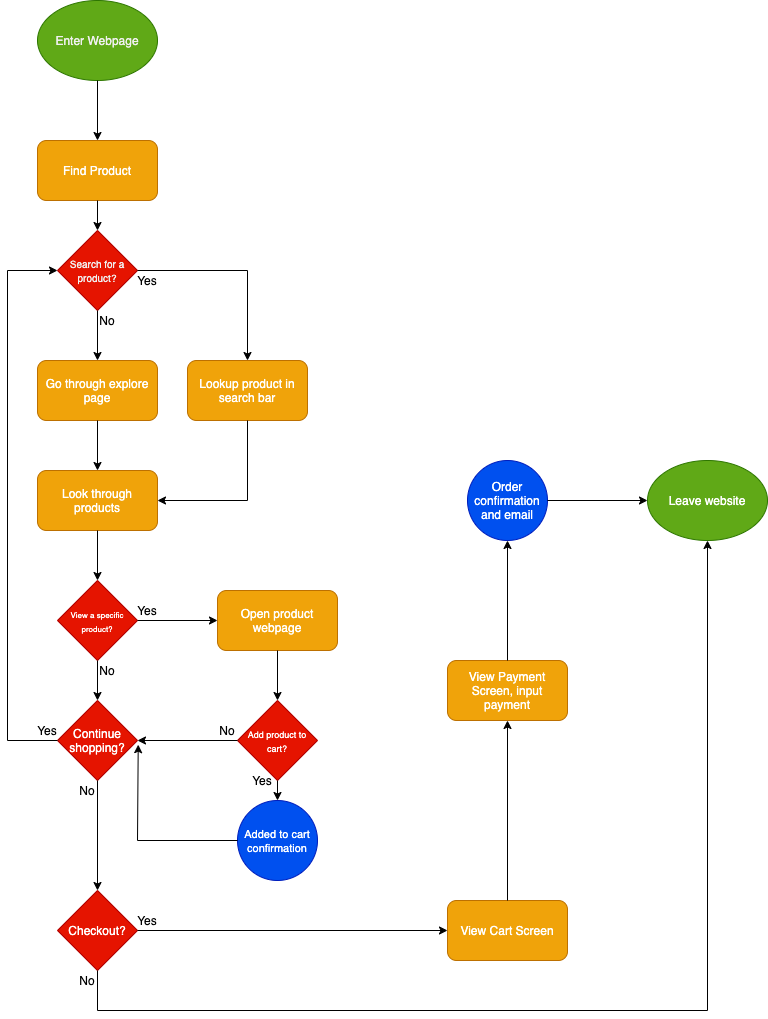
Before: part2/part2.drawio.png, a diagram exported from draw.io (anuragasthana/cse110-lab4). Source tidied: cells renumbered, new cells last; positions are measured from the earlier drawing's top-left corner, leaving out a move shared by most shapes.
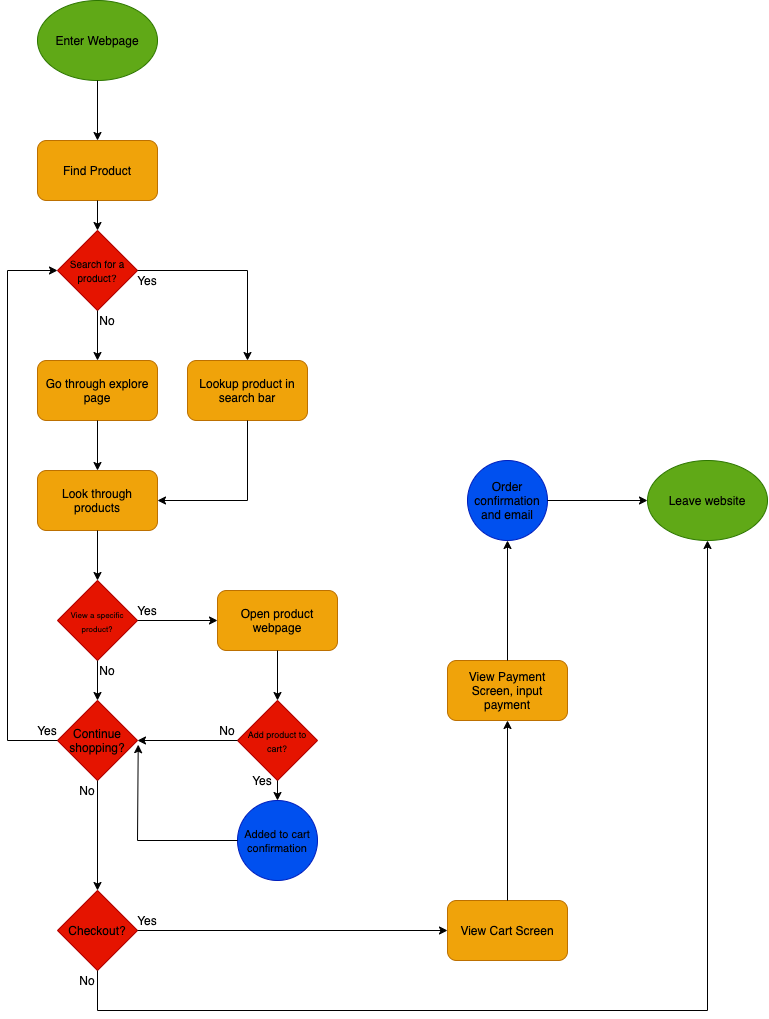
The same file after the commit.

The edit, as a diff of the source:
```diff
@@ -4,30 +4,30 @@
     <mxCell id="1" parent="0" />
-    <mxCell id="2" value="&lt;span style=&quot;color: rgb(240 , 240 , 240)&quot;&gt;Enter Webpage&lt;/span&gt;" style="ellipse;whiteSpace=wrap;html=1;fillColor=#60a917;strokeColor=#2D7600;fontColor=#ffffff;" parent="1" vertex="1">
+    <mxCell id="2" value="&lt;font color=&quot;#000000&quot;&gt;Enter Webpage&lt;/font&gt;" style="ellipse;whiteSpace=wrap;html=1;fillColor=#60a917;strokeColor=#2D7600;fontColor=#ffffff;" parent="1" vertex="1">
       <mxGeometry x="30" width="120" height="80" as="geometry" />
     </mxCell>
-    <mxCell id="3" style="endArrow=classic;html=1;entryX=0.5;entryY=0;entryDx=0;entryDy=0;exitX=0.5;exitY=1;exitDx=0;exitDy=0;" parent="1" edge="1" source="2" target="4">
+    <mxCell id="3" style="endArrow=classic;html=1;entryX=0.5;entryY=0;entryDx=0;entryDy=0;exitX=0.5;exitY=1;exitDx=0;exitDy=0;fontColor=#000000;" parent="1" edge="1" source="2" target="4">
       <mxGeometry relative="1" as="geometry" />
     </mxCell>
-    <mxCell id="4" value="Find Product" style="rounded=1;whiteSpace=wrap;html=1;fillColor=#f0a30a;strokeColor=#BD7000;fontColor=#ffffff;" parent="1" vertex="1">
+    <mxCell id="4" value="Find Product" style="rounded=1;whiteSpace=wrap;html=1;fillColor=#f0a30a;strokeColor=#BD7000;fontColor=#000000;" parent="1" vertex="1">
       <mxGeometry x="30" y="140" width="120" height="60" as="geometry" />
     </mxCell>
-    <mxCell id="5" value="&lt;span style=&quot;color: rgb(240 , 240 , 240) ; font-size: 10px&quot;&gt;Search for a product?&lt;/span&gt;" style="rhombus;whiteSpace=wrap;html=1;fillColor=#e51400;strokeColor=#B20000;fontColor=#ffffff;" parent="1" vertex="1">
+    <mxCell id="5" value="&lt;span style=&quot;font-size: 10px&quot;&gt;Search for a product?&lt;/span&gt;" style="rhombus;whiteSpace=wrap;html=1;fillColor=#e51400;strokeColor=#B20000;fontColor=#000000;" parent="1" vertex="1">
       <mxGeometry x="50" y="230" width="80" height="80" as="geometry" />
     </mxCell>
-    <mxCell id="6" style="endArrow=classic;html=1;exitX=0.5;exitY=1;exitDx=0;exitDy=0;entryX=0.5;entryY=0;entryDx=0;entryDy=0;" parent="1" edge="1" source="4" target="5">
+    <mxCell id="6" style="endArrow=classic;html=1;exitX=0.5;exitY=1;exitDx=0;exitDy=0;entryX=0.5;entryY=0;entryDx=0;entryDy=0;fontColor=#000000;" parent="1" edge="1" source="4" target="5">
       <mxGeometry relative="1" as="geometry" />
     </mxCell>
-    <mxCell id="7" value="Go through explore page" style="rounded=1;whiteSpace=wrap;html=1;fillColor=#f0a30a;strokeColor=#BD7000;fontColor=#ffffff;" parent="1" vertex="1">
+    <mxCell id="7" value="Go through explore page" style="rounded=1;whiteSpace=wrap;html=1;fillColor=#f0a30a;strokeColor=#BD7000;fontColor=#000000;" parent="1" vertex="1">
       <mxGeometry x="30" y="360" width="120" height="60" as="geometry" />
     </mxCell>
-    <mxCell id="8" style="endArrow=classic;html=1;exitX=0.5;exitY=1;exitDx=0;exitDy=0;entryX=0.5;entryY=0;entryDx=0;entryDy=0;" parent="1" edge="1" source="5" target="7">
+    <mxCell id="8" style="endArrow=classic;html=1;exitX=0.5;exitY=1;exitDx=0;exitDy=0;entryX=0.5;entryY=0;entryDx=0;entryDy=0;fontColor=#000000;" parent="1" edge="1" source="5" target="7">
       <mxGeometry relative="1" as="geometry" />
     </mxCell>
-    <mxCell id="9" value="No" style="text;html=1;strokeColor=none;fillColor=none;align=center;verticalAlign=middle;whiteSpace=wrap;rounded=0;" parent="1" vertex="1">
+    <mxCell id="9" value="No" style="text;html=1;strokeColor=none;fillColor=none;align=center;verticalAlign=middle;whiteSpace=wrap;rounded=0;fontColor=#000000;" parent="1" vertex="1">
       <mxGeometry x="80" y="310" width="40" height="20" as="geometry" />
     </mxCell>
-    <mxCell id="10" value="Lookup product in search bar" style="rounded=1;whiteSpace=wrap;html=1;fillColor=#f0a30a;strokeColor=#BD7000;fontColor=#ffffff;" parent="1" vertex="1">
+    <mxCell id="10" value="Lookup product in search bar" style="rounded=1;whiteSpace=wrap;html=1;fillColor=#f0a30a;strokeColor=#BD7000;fontColor=#000000;" parent="1" vertex="1">
       <mxGeometry x="180" y="360" width="120" height="60" as="geometry" />
     </mxCell>
-    <mxCell id="11" style="endArrow=classic;html=1;entryX=0.5;entryY=0;entryDx=0;entryDy=0;" parent="1" edge="1" target="10">
+    <mxCell id="11" style="endArrow=classic;html=1;entryX=0.5;entryY=0;entryDx=0;entryDy=0;fontColor=#000000;" parent="1" edge="1" target="10">
       <mxGeometry relative="1" as="geometry">
@@ -36,3 +36,3 @@
     </mxCell>
-    <mxCell id="12" style="endArrow=none;html=1;exitX=1;exitY=0.5;exitDx=0;exitDy=0;" parent="1" edge="1" source="5">
+    <mxCell id="12" style="endArrow=none;html=1;exitX=1;exitY=0.5;exitDx=0;exitDy=0;fontColor=#000000;" parent="1" edge="1" source="5">
       <mxGeometry relative="1" as="geometry">
@@ -41,12 +41,12 @@
     </mxCell>
-    <mxCell id="13" value="Yes" style="text;html=1;strokeColor=none;fillColor=none;align=center;verticalAlign=middle;whiteSpace=wrap;rounded=0;" parent="1" vertex="1">
+    <mxCell id="13" value="Yes" style="text;html=1;strokeColor=none;fillColor=none;align=center;verticalAlign=middle;whiteSpace=wrap;rounded=0;fontColor=#000000;" parent="1" vertex="1">
       <mxGeometry x="120" y="270" width="40" height="20" as="geometry" />
     </mxCell>
-    <mxCell id="14" value="Look through products" style="rounded=1;whiteSpace=wrap;html=1;fillColor=#f0a30a;strokeColor=#BD7000;fontColor=#ffffff;" parent="1" vertex="1">
+    <mxCell id="14" value="Look through products" style="rounded=1;whiteSpace=wrap;html=1;fillColor=#f0a30a;strokeColor=#BD7000;fontColor=#000000;" parent="1" vertex="1">
       <mxGeometry x="30" y="470" width="120" height="60" as="geometry" />
     </mxCell>
-    <mxCell id="15" style="endArrow=classic;html=1;exitX=0.5;exitY=1;exitDx=0;exitDy=0;entryX=0.5;entryY=0;entryDx=0;entryDy=0;" parent="1" edge="1" source="7" target="14">
+    <mxCell id="15" style="endArrow=classic;html=1;exitX=0.5;exitY=1;exitDx=0;exitDy=0;entryX=0.5;entryY=0;entryDx=0;entryDy=0;fontColor=#000000;" parent="1" edge="1" source="7" target="14">
       <mxGeometry relative="1" as="geometry" />
     </mxCell>
-    <mxCell id="16" style="endArrow=classic;html=1;entryX=1;entryY=0.5;entryDx=0;entryDy=0;" parent="1" edge="1" target="14">
+    <mxCell id="16" style="endArrow=classic;html=1;entryX=1;entryY=0.5;entryDx=0;entryDy=0;fontColor=#000000;" parent="1" edge="1" target="14">
       <mxGeometry relative="1" as="geometry">
@@ -55,3 +55,3 @@
     </mxCell>
-    <mxCell id="17" style="endArrow=none;html=1;entryX=0.5;entryY=1;entryDx=0;entryDy=0;" parent="1" edge="1" target="10">
+    <mxCell id="17" style="endArrow=none;html=1;entryX=0.5;entryY=1;entryDx=0;entryDy=0;fontColor=#000000;" parent="1" edge="1" target="10">
       <mxGeometry relative="1" as="geometry">
@@ -60,18 +60,18 @@
     </mxCell>
-    <mxCell id="18" value="&lt;font style=&quot;font-size: 8px&quot;&gt;View a specific product?&lt;/font&gt;" style="rhombus;whiteSpace=wrap;html=1;fillColor=#e51400;strokeColor=#B20000;fontColor=#ffffff;" parent="1" vertex="1">
+    <mxCell id="18" value="&lt;font style=&quot;font-size: 8px&quot;&gt;View a specific product?&lt;/font&gt;" style="rhombus;whiteSpace=wrap;html=1;fillColor=#e51400;strokeColor=#B20000;fontColor=#000000;" parent="1" vertex="1">
       <mxGeometry x="50" y="580" width="80" height="80" as="geometry" />
     </mxCell>
-    <mxCell id="19" style="endArrow=classic;html=1;exitX=0.5;exitY=1;exitDx=0;exitDy=0;entryX=0.5;entryY=0;entryDx=0;entryDy=0;" parent="1" edge="1" source="14" target="18">
+    <mxCell id="19" style="endArrow=classic;html=1;exitX=0.5;exitY=1;exitDx=0;exitDy=0;entryX=0.5;entryY=0;entryDx=0;entryDy=0;fontColor=#000000;" parent="1" edge="1" source="14" target="18">
       <mxGeometry relative="1" as="geometry" />
     </mxCell>
-    <mxCell id="20" value="Continue shopping?" style="rhombus;whiteSpace=wrap;html=1;fillColor=#e51400;strokeColor=#B20000;fontColor=#ffffff;" parent="1" vertex="1">
+    <mxCell id="20" value="Continue shopping?" style="rhombus;whiteSpace=wrap;html=1;fillColor=#e51400;strokeColor=#B20000;fontColor=#000000;" parent="1" vertex="1">
       <mxGeometry x="50" y="700" width="80" height="80" as="geometry" />
     </mxCell>
-    <mxCell id="21" style="endArrow=classic;html=1;exitX=0.5;exitY=1;exitDx=0;exitDy=0;entryX=0.5;entryY=0;entryDx=0;entryDy=0;" parent="1" edge="1" source="18" target="20">
+    <mxCell id="21" style="endArrow=classic;html=1;exitX=0.5;exitY=1;exitDx=0;exitDy=0;entryX=0.5;entryY=0;entryDx=0;entryDy=0;fontColor=#000000;" parent="1" edge="1" source="18" target="20">
       <mxGeometry relative="1" as="geometry" />
     </mxCell>
-    <mxCell id="22" value="No" style="text;html=1;strokeColor=none;fillColor=none;align=center;verticalAlign=middle;whiteSpace=wrap;rounded=0;" parent="1" vertex="1">
+    <mxCell id="22" value="No" style="text;html=1;strokeColor=none;fillColor=none;align=center;verticalAlign=middle;whiteSpace=wrap;rounded=0;fontColor=#000000;" parent="1" vertex="1">
       <mxGeometry x="80" y="660" width="40" height="20" as="geometry" />
     </mxCell>
-    <mxCell id="23" style="endArrow=none;html=1;" parent="1" edge="1">
+    <mxCell id="23" style="endArrow=none;html=1;fontColor=#000000;" parent="1" edge="1">
       <mxGeometry relative="1" as="geometry">
@@ -81,3 +81,3 @@
     </mxCell>
-    <mxCell id="24" style="endArrow=none;html=1;entryX=0;entryY=0.5;entryDx=0;entryDy=0;" parent="1" edge="1" target="20">
+    <mxCell id="24" style="endArrow=none;html=1;entryX=0;entryY=0.5;entryDx=0;entryDy=0;fontColor=#000000;" parent="1" edge="1" target="20">
       <mxGeometry relative="1" as="geometry">
@@ -86,21 +86,21 @@
     </mxCell>
-    <mxCell id="25" value="Yes" style="text;html=1;strokeColor=none;fillColor=none;align=center;verticalAlign=middle;whiteSpace=wrap;rounded=0;" parent="1" vertex="1">
+    <mxCell id="25" value="Yes" style="text;html=1;strokeColor=none;fillColor=none;align=center;verticalAlign=middle;whiteSpace=wrap;rounded=0;fontColor=#000000;" parent="1" vertex="1">
       <mxGeometry x="20" y="720" width="40" height="20" as="geometry" />
     </mxCell>
-    <mxCell id="26" value="Open product webpage" style="rounded=1;whiteSpace=wrap;html=1;fillColor=#f0a30a;strokeColor=#BD7000;fontColor=#ffffff;" parent="1" vertex="1">
+    <mxCell id="26" value="Open product webpage" style="rounded=1;whiteSpace=wrap;html=1;fillColor=#f0a30a;strokeColor=#BD7000;fontColor=#000000;" parent="1" vertex="1">
       <mxGeometry x="210" y="590" width="120" height="60" as="geometry" />
     </mxCell>
-    <mxCell id="27" style="endArrow=classic;html=1;exitX=1;exitY=0.5;exitDx=0;exitDy=0;entryX=0;entryY=0.5;entryDx=0;entryDy=0;" parent="1" edge="1" source="18" target="26">
+    <mxCell id="27" style="endArrow=classic;html=1;exitX=1;exitY=0.5;exitDx=0;exitDy=0;entryX=0;entryY=0.5;entryDx=0;entryDy=0;fontColor=#000000;" parent="1" edge="1" source="18" target="26">
       <mxGeometry relative="1" as="geometry" />
     </mxCell>
-    <mxCell id="28" value="Yes" style="text;html=1;strokeColor=none;fillColor=none;align=center;verticalAlign=middle;whiteSpace=wrap;rounded=0;" parent="1" vertex="1">
+    <mxCell id="28" value="Yes" style="text;html=1;strokeColor=none;fillColor=none;align=center;verticalAlign=middle;whiteSpace=wrap;rounded=0;fontColor=#000000;" parent="1" vertex="1">
       <mxGeometry x="120" y="600" width="40" height="20" as="geometry" />
     </mxCell>
-    <mxCell id="29" style="endArrow=classic;html=1;exitX=0.5;exitY=1;exitDx=0;exitDy=0;" parent="1" edge="1" source="26" target="30">
+    <mxCell id="29" style="endArrow=classic;html=1;exitX=0.5;exitY=1;exitDx=0;exitDy=0;fontColor=#000000;" parent="1" edge="1" source="26" target="30">
       <mxGeometry relative="1" as="geometry" />
     </mxCell>
-    <mxCell id="30" value="&lt;font style=&quot;font-size: 9px&quot;&gt;Add product to cart?&lt;/font&gt;" style="rhombus;whiteSpace=wrap;html=1;fillColor=#e51400;strokeColor=#B20000;fontColor=#ffffff;" parent="1" vertex="1">
+    <mxCell id="30" value="&lt;font style=&quot;font-size: 9px&quot;&gt;Add product to cart?&lt;/font&gt;" style="rhombus;whiteSpace=wrap;html=1;fillColor=#e51400;strokeColor=#B20000;fontColor=#000000;" parent="1" vertex="1">
       <mxGeometry x="230" y="700" width="80" height="80" as="geometry" />
     </mxCell>
-    <mxCell id="31" style="endArrow=classic;html=1;entryX=0;entryY=0.5;entryDx=0;entryDy=0;" parent="1" edge="1" target="5">
+    <mxCell id="31" style="endArrow=classic;html=1;entryX=0;entryY=0.5;entryDx=0;entryDy=0;fontColor=#000000;" parent="1" edge="1" target="5">
       <mxGeometry relative="1" as="geometry">
@@ -109,18 +109,18 @@
     </mxCell>
-    <mxCell id="32" style="endArrow=classic;html=1;exitX=0;exitY=0.5;exitDx=0;exitDy=0;entryX=1;entryY=0.5;entryDx=0;entryDy=0;" parent="1" edge="1" source="30" target="20">
+    <mxCell id="32" style="endArrow=classic;html=1;exitX=0;exitY=0.5;exitDx=0;exitDy=0;entryX=1;entryY=0.5;entryDx=0;entryDy=0;fontColor=#000000;" parent="1" edge="1" source="30" target="20">
       <mxGeometry relative="1" as="geometry" />
     </mxCell>
-    <mxCell id="33" value="No" style="text;html=1;strokeColor=none;fillColor=none;align=center;verticalAlign=middle;whiteSpace=wrap;rounded=0;" parent="1" vertex="1">
+    <mxCell id="33" value="No" style="text;html=1;strokeColor=none;fillColor=none;align=center;verticalAlign=middle;whiteSpace=wrap;rounded=0;fontColor=#000000;" parent="1" vertex="1">
       <mxGeometry x="200" y="720" width="40" height="20" as="geometry" />
     </mxCell>
-    <mxCell id="34" value="&lt;font style=&quot;font-size: 11px&quot;&gt;Added to cart confirmation&lt;/font&gt;" style="ellipse;whiteSpace=wrap;html=1;fillColor=#0050ef;strokeColor=#001DBC;fontColor=#ffffff;" parent="1" vertex="1">
+    <mxCell id="34" value="&lt;font style=&quot;font-size: 11px&quot;&gt;Added to cart confirmation&lt;/font&gt;" style="ellipse;whiteSpace=wrap;html=1;fillColor=#0050ef;strokeColor=#001DBC;fontColor=#000000;" parent="1" vertex="1">
       <mxGeometry x="230" y="800" width="80" height="80" as="geometry" />
     </mxCell>
-    <mxCell id="35" style="endArrow=classic;html=1;exitX=0.5;exitY=1;exitDx=0;exitDy=0;entryX=0.5;entryY=0;entryDx=0;entryDy=0;" parent="1" edge="1" source="30" target="34">
+    <mxCell id="35" style="endArrow=classic;html=1;exitX=0.5;exitY=1;exitDx=0;exitDy=0;entryX=0.5;entryY=0;entryDx=0;entryDy=0;fontColor=#000000;" parent="1" edge="1" source="30" target="34">
       <mxGeometry relative="1" as="geometry" />
     </mxCell>
-    <mxCell id="36" value="Yes" style="text;html=1;strokeColor=none;fillColor=none;align=center;verticalAlign=middle;whiteSpace=wrap;rounded=0;" parent="1" vertex="1">
+    <mxCell id="36" value="Yes" style="text;html=1;strokeColor=none;fillColor=none;align=center;verticalAlign=middle;whiteSpace=wrap;rounded=0;fontColor=#000000;" parent="1" vertex="1">
       <mxGeometry x="235" y="770" width="40" height="20" as="geometry" />
     </mxCell>
-    <mxCell id="37" style="endArrow=none;html=1;entryX=0;entryY=0.5;entryDx=0;entryDy=0;" parent="1" edge="1" target="34">
+    <mxCell id="37" style="endArrow=none;html=1;entryX=0;entryY=0.5;entryDx=0;entryDy=0;fontColor=#000000;" parent="1" edge="1" target="34">
       <mxGeometry relative="1" as="geometry">
@@ -129,3 +129,3 @@
     </mxCell>
-    <mxCell id="38" style="endArrow=classic;html=1;entryX=1.009;entryY=0.552;entryDx=0;entryDy=0;entryPerimeter=0;" parent="1" edge="1" target="20">
+    <mxCell id="38" style="endArrow=classic;html=1;entryX=1.009;entryY=0.552;entryDx=0;entryDy=0;entryPerimeter=0;fontColor=#000000;" parent="1" edge="1" target="20">
       <mxGeometry relative="1" as="geometry">
@@ -134,15 +134,15 @@
     </mxCell>
-    <mxCell id="39" value="Checkout?" style="rhombus;whiteSpace=wrap;html=1;fillColor=#e51400;strokeColor=#B20000;fontColor=#ffffff;" parent="1" vertex="1">
+    <mxCell id="39" value="Checkout?" style="rhombus;whiteSpace=wrap;html=1;fillColor=#e51400;strokeColor=#B20000;fontColor=#000000;" parent="1" vertex="1">
       <mxGeometry x="50" y="890" width="80" height="80" as="geometry" />
     </mxCell>
-    <mxCell id="40" style="endArrow=classic;html=1;exitX=0.75;exitY=0;exitDx=0;exitDy=0;entryX=0.5;entryY=0;entryDx=0;entryDy=0;" parent="1" edge="1" source="41" target="39">
+    <mxCell id="40" style="endArrow=classic;html=1;exitX=0.75;exitY=0;exitDx=0;exitDy=0;entryX=0.5;entryY=0;entryDx=0;entryDy=0;fontColor=#000000;" parent="1" edge="1" source="41" target="39">
       <mxGeometry relative="1" as="geometry" />
     </mxCell>
-    <mxCell id="41" value="No" style="text;html=1;strokeColor=none;fillColor=none;align=center;verticalAlign=middle;whiteSpace=wrap;rounded=0;" parent="1" vertex="1">
+    <mxCell id="41" value="No" style="text;html=1;strokeColor=none;fillColor=none;align=center;verticalAlign=middle;whiteSpace=wrap;rounded=0;fontColor=#000000;" parent="1" vertex="1">
       <mxGeometry x="60" y="780" width="40" height="20" as="geometry" />
     </mxCell>
-    <mxCell id="42" value="Leave website" style="ellipse;whiteSpace=wrap;html=1;fillColor=#60a917;strokeColor=#2D7600;fontColor=#ffffff;" parent="1" vertex="1">
+    <mxCell id="42" value="Leave website" style="ellipse;whiteSpace=wrap;html=1;fillColor=#60a917;strokeColor=#2D7600;fontColor=#000000;" parent="1" vertex="1">
       <mxGeometry x="640" y="460" width="120" height="80" as="geometry" />
     </mxCell>
-    <mxCell id="43" style="endArrow=classic;html=1;entryX=0.5;entryY=1;entryDx=0;entryDy=0;" parent="1" edge="1" target="42">
+    <mxCell id="43" style="endArrow=classic;html=1;entryX=0.5;entryY=1;entryDx=0;entryDy=0;fontColor=#000000;" parent="1" edge="1" target="42">
       <mxGeometry relative="1" as="geometry">
@@ -151,3 +151,3 @@
     </mxCell>
-    <mxCell id="44" style="endArrow=none;html=1;" parent="1" edge="1">
+    <mxCell id="44" style="endArrow=none;html=1;fontColor=#000000;" parent="1" edge="1">
       <mxGeometry relative="1" as="geometry">
@@ -157,3 +157,3 @@
     </mxCell>
-    <mxCell id="45" style="endArrow=none;html=1;exitX=0.5;exitY=1;exitDx=0;exitDy=0;" parent="1" edge="1" source="39">
+    <mxCell id="45" style="endArrow=none;html=1;exitX=0.5;exitY=1;exitDx=0;exitDy=0;fontColor=#000000;" parent="1" edge="1" source="39">
       <mxGeometry relative="1" as="geometry">
@@ -162,27 +162,27 @@
     </mxCell>
-    <mxCell id="46" value="No" style="text;html=1;strokeColor=none;fillColor=none;align=center;verticalAlign=middle;whiteSpace=wrap;rounded=0;" parent="1" vertex="1">
+    <mxCell id="46" value="No" style="text;html=1;strokeColor=none;fillColor=none;align=center;verticalAlign=middle;whiteSpace=wrap;rounded=0;fontColor=#000000;" parent="1" vertex="1">
       <mxGeometry x="60" y="970" width="40" height="20" as="geometry" />
     </mxCell>
-    <mxCell id="47" value="View Cart Screen" style="rounded=1;whiteSpace=wrap;html=1;fillColor=#f0a30a;strokeColor=#BD7000;fontColor=#ffffff;" parent="1" vertex="1">
+    <mxCell id="47" value="View Cart Screen" style="rounded=1;whiteSpace=wrap;html=1;fillColor=#f0a30a;strokeColor=#BD7000;fontColor=#000000;" parent="1" vertex="1">
       <mxGeometry x="440" y="900" width="120" height="60" as="geometry" />
     </mxCell>
-    <mxCell id="48" style="endArrow=classic;html=1;exitX=1;exitY=0.5;exitDx=0;exitDy=0;entryX=0;entryY=0.5;entryDx=0;entryDy=0;" parent="1" edge="1" source="39" target="47">
+    <mxCell id="48" style="endArrow=classic;html=1;exitX=1;exitY=0.5;exitDx=0;exitDy=0;entryX=0;entryY=0.5;entryDx=0;entryDy=0;fontColor=#000000;" parent="1" edge="1" source="39" target="47">
       <mxGeometry relative="1" as="geometry" />
     </mxCell>
-    <mxCell id="49" value="View Payment Screen, input payment" style="rounded=1;whiteSpace=wrap;html=1;fillColor=#f0a30a;strokeColor=#BD7000;fontColor=#ffffff;" parent="1" vertex="1">
+    <mxCell id="49" value="View Payment Screen, input payment" style="rounded=1;whiteSpace=wrap;html=1;fillColor=#f0a30a;strokeColor=#BD7000;fontColor=#000000;" parent="1" vertex="1">
       <mxGeometry x="440" y="660" width="120" height="60" as="geometry" />
     </mxCell>
-    <mxCell id="50" style="endArrow=classic;html=1;exitX=0.5;exitY=0;exitDx=0;exitDy=0;entryX=0.5;entryY=1;entryDx=0;entryDy=0;" parent="1" edge="1" source="47" target="49">
+    <mxCell id="50" style="endArrow=classic;html=1;exitX=0.5;exitY=0;exitDx=0;exitDy=0;entryX=0.5;entryY=1;entryDx=0;entryDy=0;fontColor=#000000;" parent="1" edge="1" source="47" target="49">
       <mxGeometry relative="1" as="geometry" />
     </mxCell>
-    <mxCell id="51" value="Order confirmation and email" style="ellipse;whiteSpace=wrap;html=1;fillColor=#0050ef;strokeColor=#001DBC;fontColor=#ffffff;" parent="1" vertex="1">
+    <mxCell id="51" value="Order confirmation and email" style="ellipse;whiteSpace=wrap;html=1;fillColor=#0050ef;strokeColor=#001DBC;fontColor=#000000;" parent="1" vertex="1">
       <mxGeometry x="460" y="460" width="80" height="80" as="geometry" />
     </mxCell>
-    <mxCell id="52" style="endArrow=classic;html=1;exitX=0.5;exitY=0;exitDx=0;exitDy=0;entryX=0.5;entryY=1;entryDx=0;entryDy=0;" parent="1" edge="1" source="49" target="51">
+    <mxCell id="52" style="endArrow=classic;html=1;exitX=0.5;exitY=0;exitDx=0;exitDy=0;entryX=0.5;entryY=1;entryDx=0;entryDy=0;fontColor=#000000;" parent="1" edge="1" source="49" target="51">
       <mxGeometry relative="1" as="geometry" />
     </mxCell>
-    <mxCell id="53" style="endArrow=classic;html=1;entryX=0;entryY=0.5;entryDx=0;entryDy=0;exitX=1;exitY=0.5;exitDx=0;exitDy=0;" parent="1" edge="1" source="51" target="42">
+    <mxCell id="53" style="endArrow=classic;html=1;entryX=0;entryY=0.5;entryDx=0;entryDy=0;exitX=1;exitY=0.5;exitDx=0;exitDy=0;fontColor=#000000;" parent="1" edge="1" source="51" target="42">
       <mxGeometry relative="1" as="geometry" />
     </mxCell>
-    <mxCell id="54" value="Yes" style="text;html=1;strokeColor=none;fillColor=none;align=center;verticalAlign=middle;whiteSpace=wrap;rounded=0;" parent="1" vertex="1">
+    <mxCell id="54" value="Yes" style="text;html=1;strokeColor=none;fillColor=none;align=center;verticalAlign=middle;whiteSpace=wrap;rounded=0;fontColor=#000000;" parent="1" vertex="1">
       <mxGeometry x="120" y="910" width="40" height="20" as="geometry" />
```
